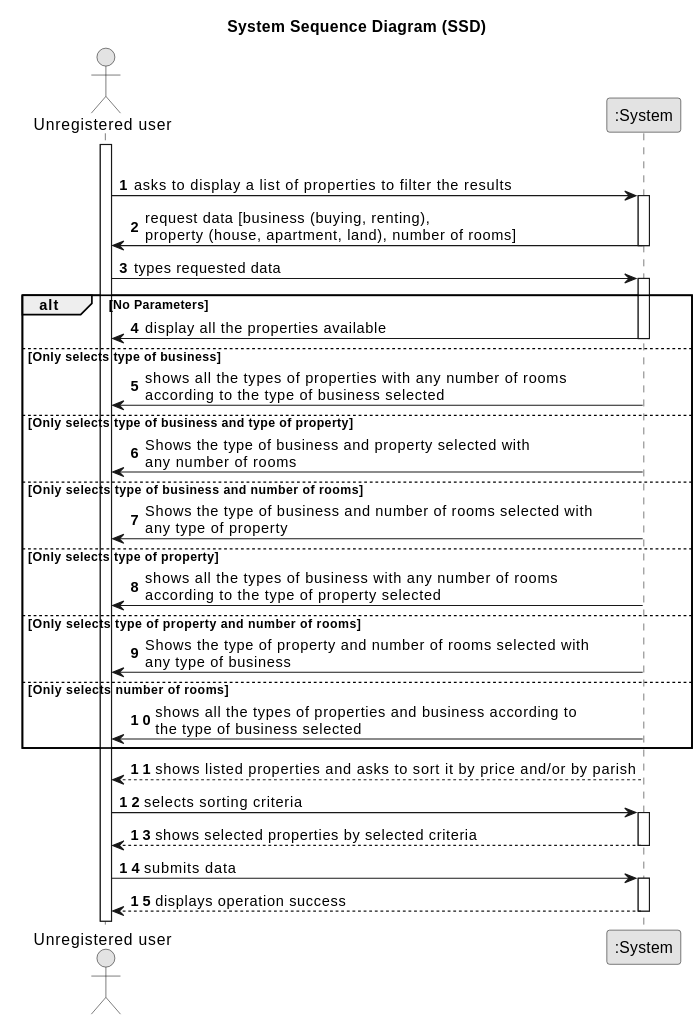
PureNimble/ISEP-LAPR2 keeps this PlantUML diagram as docs/sprintA/US01/01.requirements-engineering/svg/us01-system-sequence-diagram-System_Sequence_Diagram__SSD_.svg. Above is the earlier version.
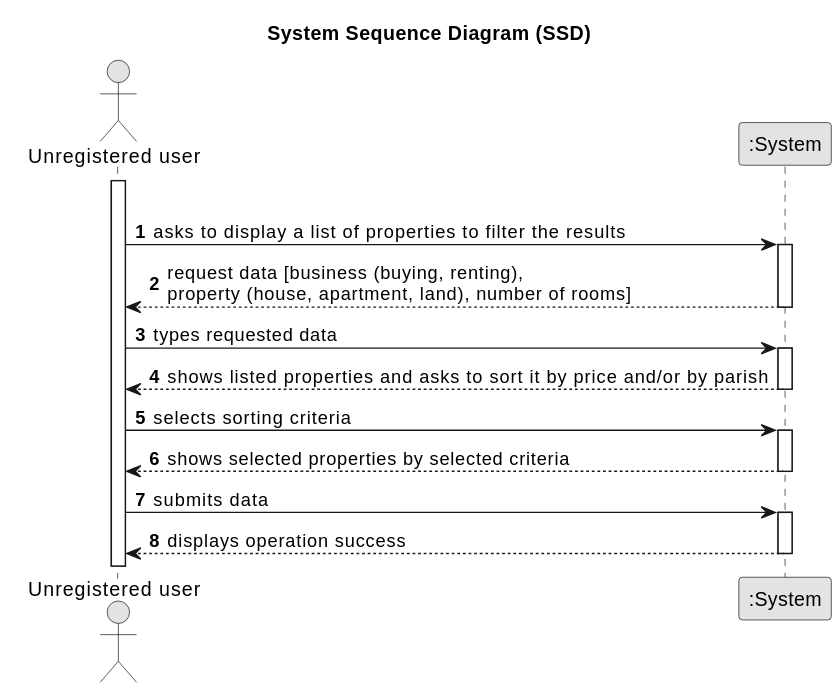
The same diagram one commit later.

The edit, as a diff of the source:
```diff
@@ -17,62 +17,11 @@
     User -> System : asks to display a list of properties to filter the results
     activate System
 
-    System -> User : request data [business (buying, renting), \nproperty (house, apartment, land), number of rooms]
+    System --> User : request data [business (buying, renting), \nproperty (house, apartment, land), number of rooms]
     deactivate System
 
     User -> System : types requested data
     activate System
-
-        alt   No Parameters
-
-            System -> User : display all the properties available
-            deactivate System
-
-
-
-        else  Only selects type of business
-
-            System -> User : shows all the types of properties with any number of rooms \naccording to the type of business selected
-            deactivate System
-
-
-
-        else  Only selects type of business and type of property
-
-            System -> User : Shows the type of business and property selected with \nany number of rooms
-            deactivate System
-
-
-
-        else  Only selects type of business and number of rooms
-
-            System -> User : Shows the type of business and number of rooms selected with \nany type of property
-            deactivate System
-
-
-
-        else  Only selects type of property
-
-            System -> User : shows all the types of business with any number of rooms \naccording to the type of property selected
-            deactivate System
-
-
-
-        else  Only selects type of property and number of rooms
-
-            System -> User : Shows the type of property and number of rooms selected with \nany type of business
-            deactivate System
-
-
-
-        else  Only selects number of rooms
-
-            System -> User : shows all the types of properties and business according to \nthe type of business selected
-            deactivate System
-
-
-
-end
 
     System --> User : shows listed properties and asks to sort it by price and/or by parish
     deactivate System
```
